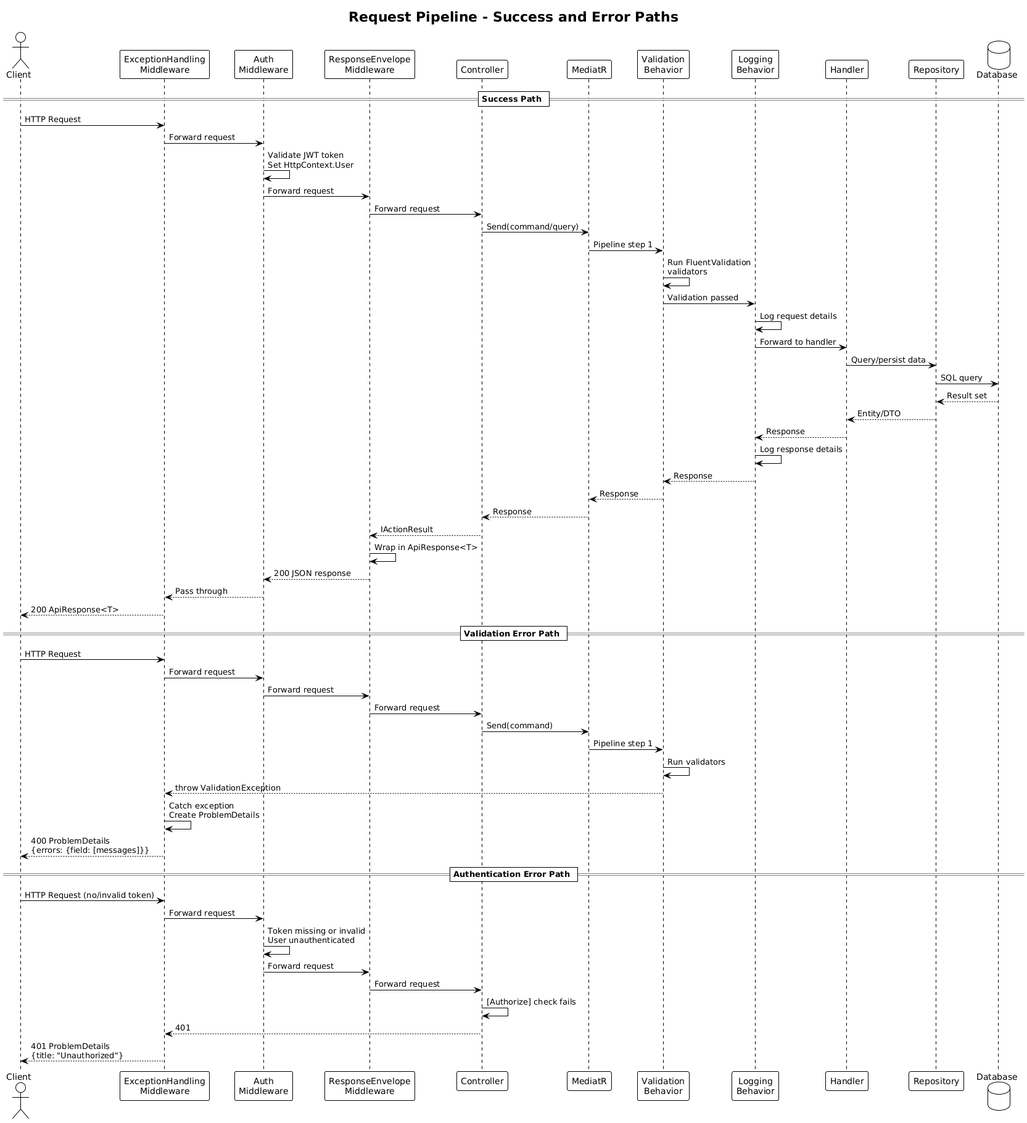
This is docs/detailed-designs/06-restful-api/diagrams/sequence_request_pipeline.png from QuinntyneBrown/Blog, a PlantUML export, as it was before one commit.
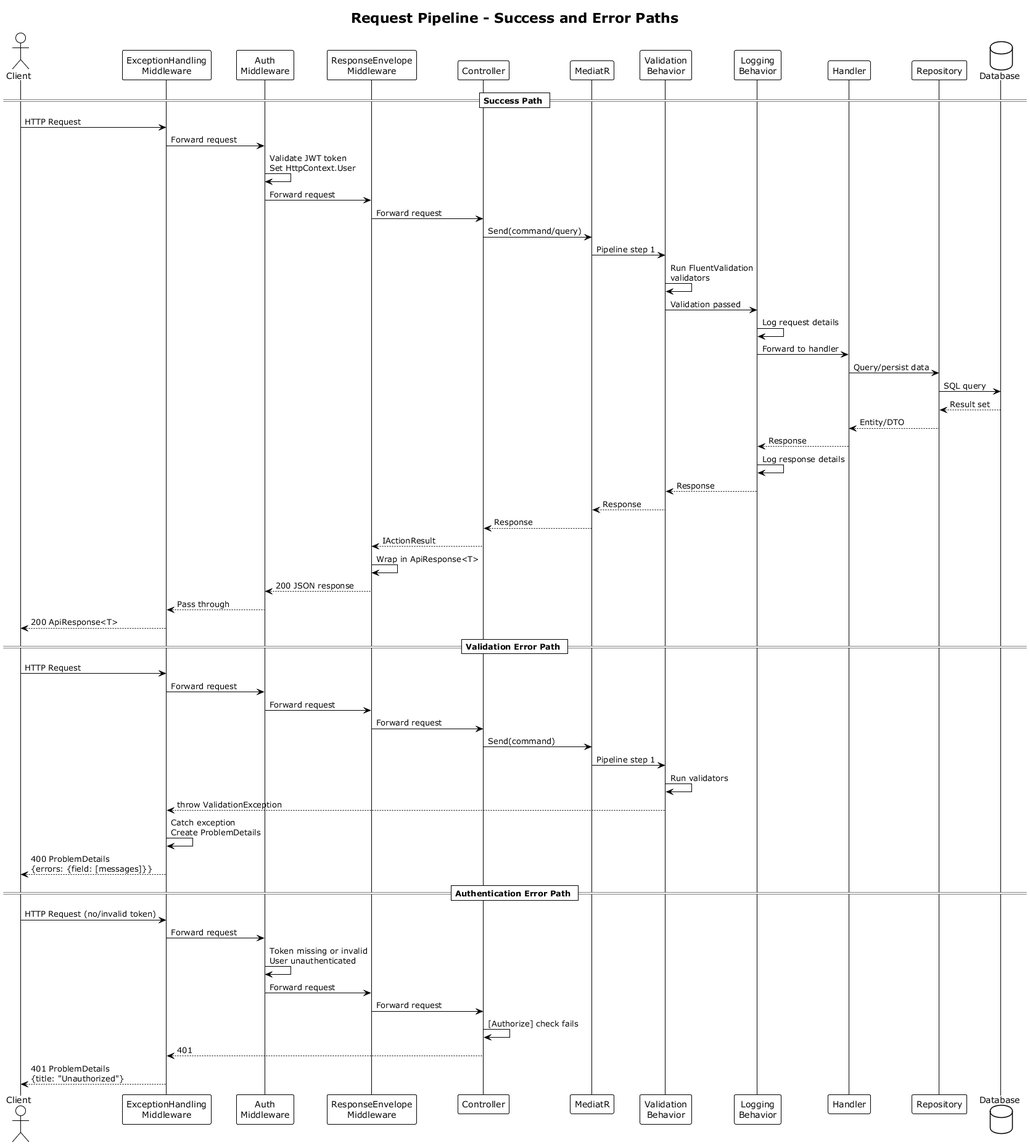
After the commit.

Change to the diagram source:
```diff
@@ -1,4 +1,4 @@
-@startuml
+@startuml sequence_request_pipeline
 !theme plain
 
 title Request Pipeline - Success and Error Paths
@@ -66,4 +66,5 @@
 ctrl -> ctrl : [Authorize] check fails
 ctrl --> exMw : 401
 exMw --> client : 401 ProblemDetails\n{title: "Unauthorized"}
+
 @enduml
```
